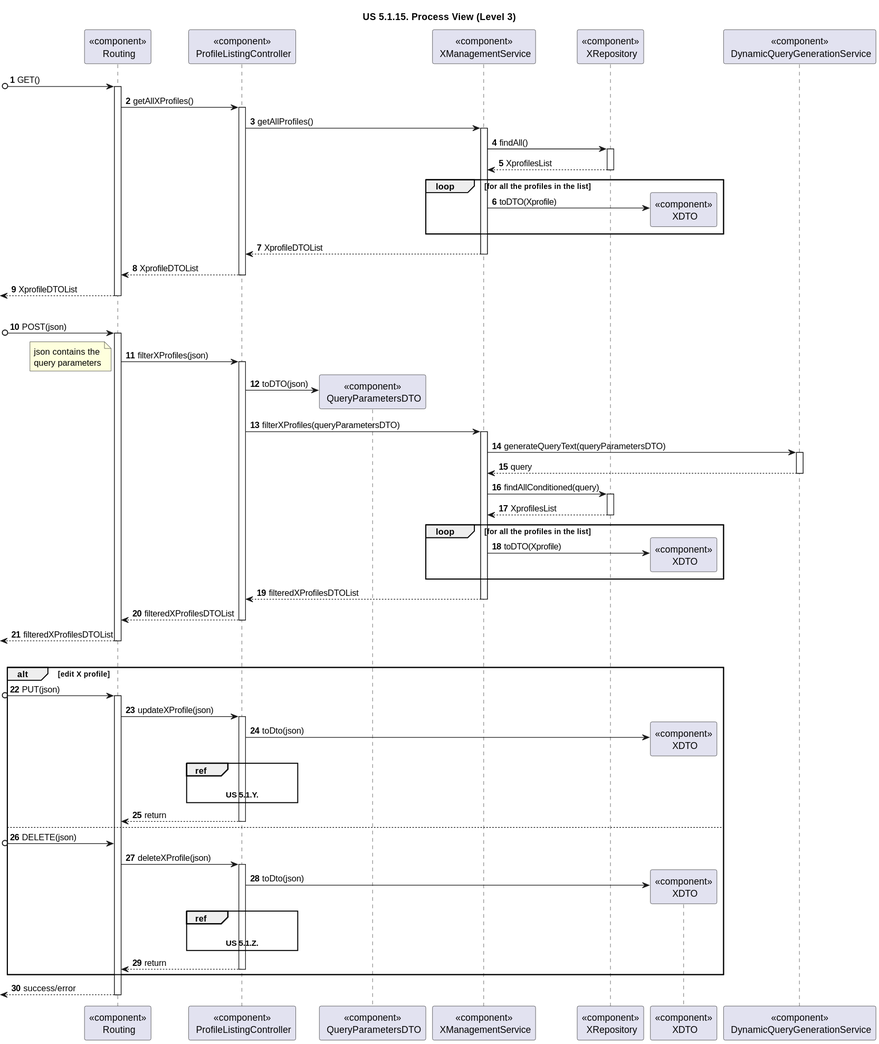
This is docs/sprint-1/1220683/general-process-view-diagrams/listing-profiles/Level-3/listing-profile-us-process-view-lvl3.svg from rita-barbosa/LAPR5-2425, a PlantUML export, as it was before one commit.
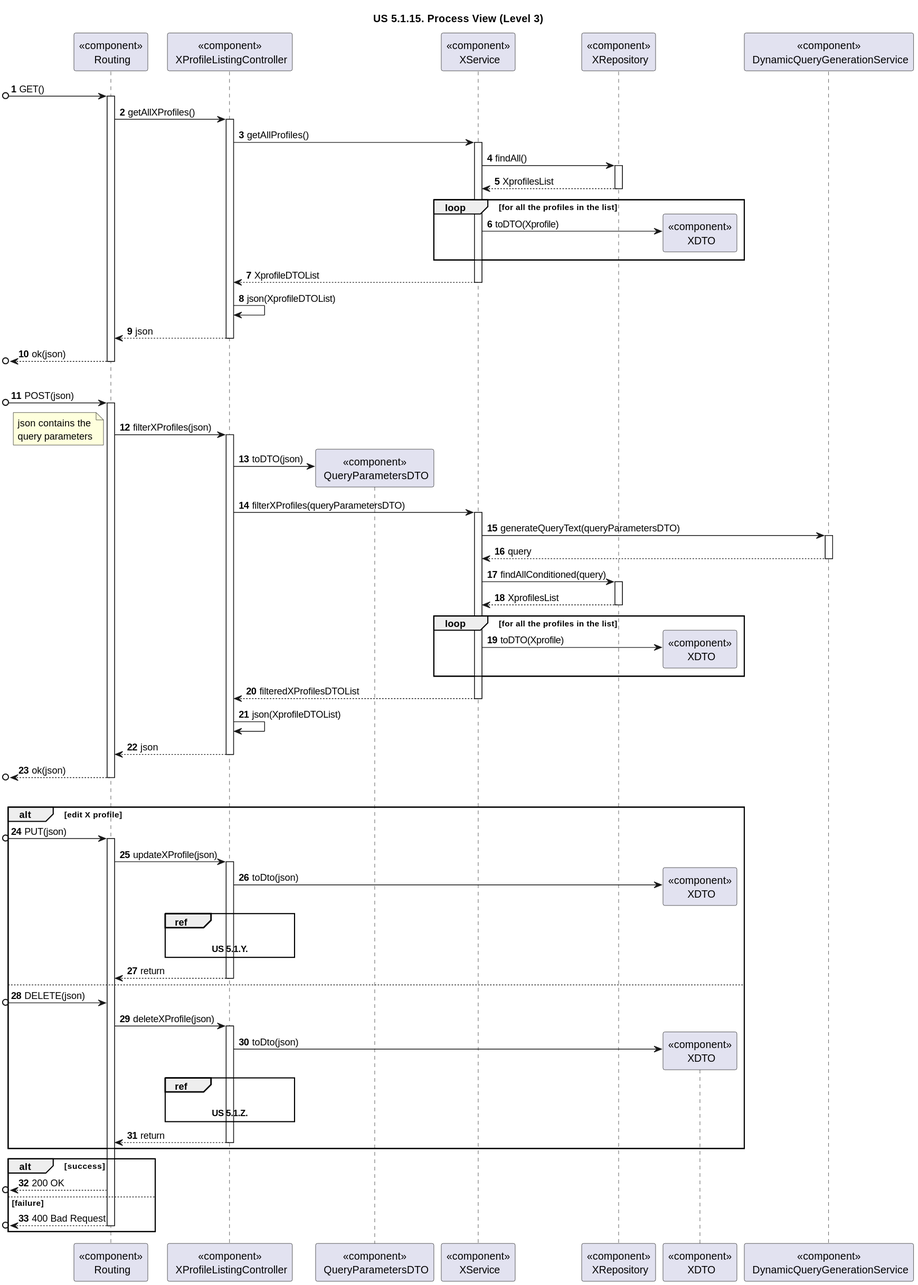
After the change.

Commit message:
DG38-19 | docs: process view diagrams update and design patterns justifications corrections

What changed in the source:
```diff
@@ -5,11 +5,11 @@
 autonumber
 
 participant "<<component>>\n Routing" as ROUTE
-participant "<<component>>\n ProfileListingController" as CONTROL
+participant "<<component>>\n XProfileListingController" as CONTROL
 
 participant "<<component>>\n QueryParametersDTO" as QueryDTO
 
-participant "<<component>>\n XManagementService" as XServ
+participant "<<component>>\n XService" as XServ
 participant "<<component>>\n XRepository" as XRepo
 participant "<<component>>\n XDTO" as XDTO
 
@@ -39,10 +39,12 @@
 XServ --> CONTROL : XprofileDTOList
 deactivate XServ
 
-CONTROL --> ROUTE : XprofileDTOList
+CONTROL -> CONTROL : json(XprofileDTOList)
+
+CONTROL --> ROUTE : json
 deactivate CONTROL
 
-<-- ROUTE : XprofileDTOList
+[o<-- ROUTE : ok(json)
 deactivate ROUTE
 
 |||
@@ -82,10 +84,12 @@
 XServ --> CONTROL : filteredXProfilesDTOList
 deactivate XServ
 
-CONTROL --> ROUTE : filteredXProfilesDTOList
+CONTROL -> CONTROL : json(XprofileDTOList)
+
+CONTROL --> ROUTE : json
 deactivate CONTROL
 
-<-- ROUTE : filteredXProfilesDTOList
+[o<-- ROUTE : ok(json)
 deactivate ROUTE
 
 |||
@@ -127,6 +131,13 @@
 
 end alt
 
-<-- ROUTE : success/error
+
+alt success
+[o<-- ROUTE : 200 OK
+
+else failure
+
+[o<-- ROUTE : 400 Bad Request
 deactivate ROUTE
+end alt
 @enduml
```
